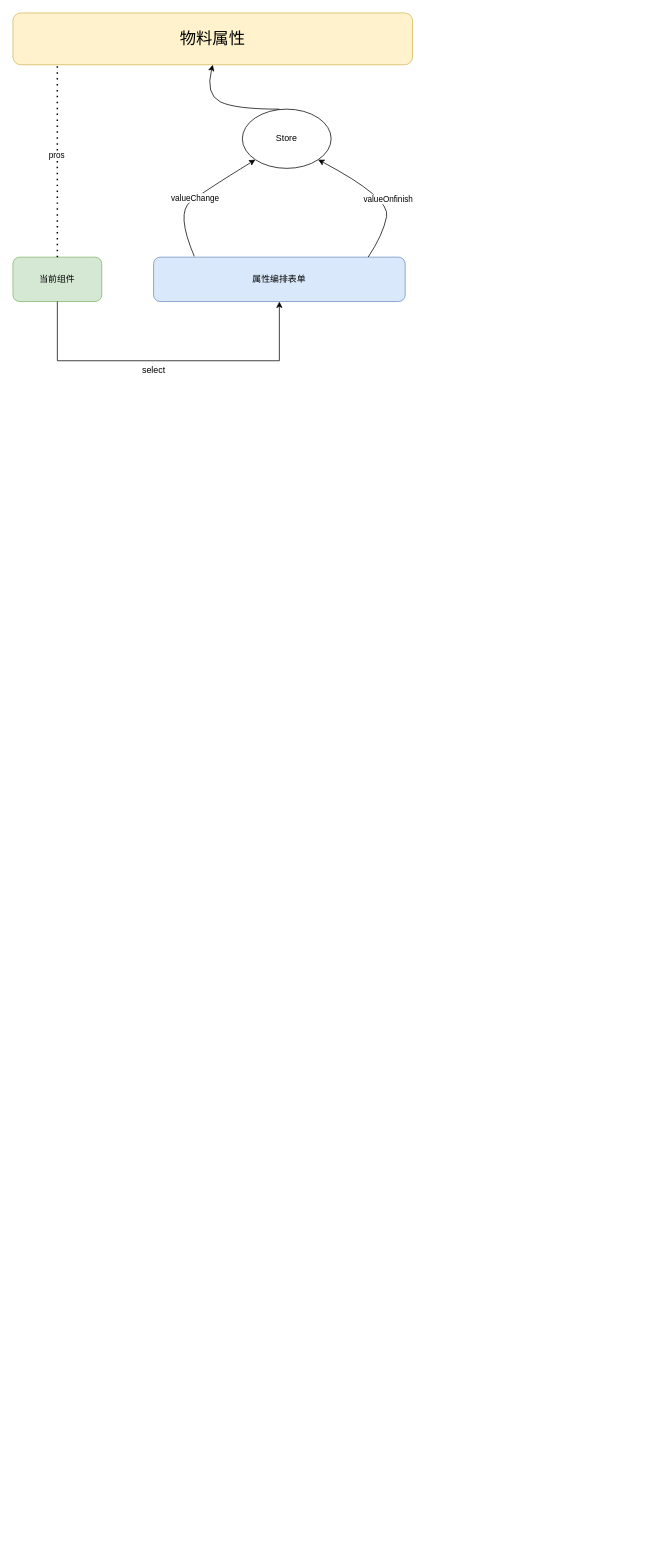
Before: 属性面板的解析.drawio in yuxinyu12345/diagrams, a draw.io diagram. Source tidied: cells renumbered, new cells numbered last; positions are measured from the earlier drawing's top-left corner, leaving out a move shared by most shapes. Both pictures are drawn from the tidied source at 74%, with x=0, y=0 at pixel (13, 13).
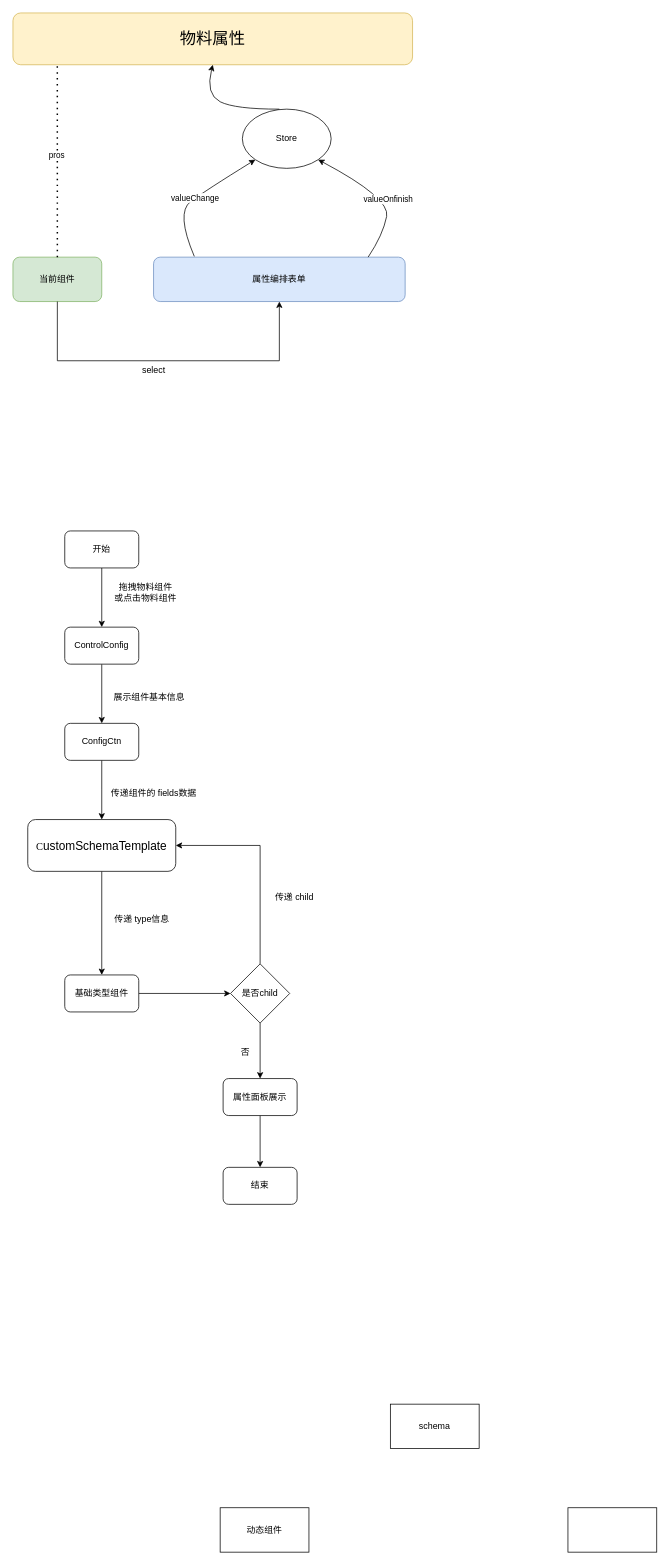
The same diagram, later.

Commit message:
更新属性面板的解析.drawio

What changed in the source:
```diff
@@
+    <mxCell id="14" style="edgeStyle=orthogonalEdgeStyle;rounded=0;jettySize=auto;html=1;" parent="1" edge="1" source="15" target="17">
+      <mxGeometry relative="1" as="geometry" />
+    </mxCell>
+    <mxCell id="15" value="开始" style="rounded=1;whiteSpace=wrap;html=1;" parent="1" vertex="1">
+      <mxGeometry x="70" y="700" width="100" height="50" as="geometry" />
+    </mxCell>
+    <mxCell id="16" style="edgeStyle=orthogonalEdgeStyle;rounded=0;jettySize=auto;html=1;" parent="1" edge="1" source="17" target="19">
+      <mxGeometry relative="1" as="geometry" />
+    </mxCell>
+    <mxCell id="17" value="ControlConfig" style="rounded=1;whiteSpace=wrap;html=1;" parent="1" vertex="1">
+      <mxGeometry x="70" y="830" width="100" height="50" as="geometry" />
+    </mxCell>
+    <mxCell id="18" style="edgeStyle=orthogonalEdgeStyle;rounded=0;jettySize=auto;html=1;" parent="1" edge="1" source="19">
+      <mxGeometry relative="1" as="geometry">
+        <mxPoint x="120" y="1090" as="targetPoint" />
+      </mxGeometry>
+    </mxCell>
+    <mxCell id="19" value="ConfigCtn" style="rounded=1;whiteSpace=wrap;html=1;" parent="1" vertex="1">
+      <mxGeometry x="70" y="960" width="100" height="50" as="geometry" />
+    </mxCell>
+    <mxCell id="20" style="edgeStyle=orthogonalEdgeStyle;rounded=0;jettySize=auto;html=1;" parent="1" edge="1" source="21" target="23">
+      <mxGeometry relative="1" as="geometry" />
+    </mxCell>
+    <mxCell id="21" value="&lt;p style=&quot;margin: 0pt 0pt 0.0001pt; text-align: justify; font-family: &amp;quot;Times New Roman&amp;quot;; font-size: 10.5pt;&quot; class=&quot;MsoNormal&quot;&gt;C&lt;span style=&quot;font-family: 宋体; font-size: 12pt;&quot;&gt;ustom&lt;/span&gt;&lt;span style=&quot;font-family: 宋体; font-size: 12pt;&quot;&gt;S&lt;/span&gt;&lt;span style=&quot;font-family: 宋体; font-size: 12pt;&quot;&gt;chema&lt;/span&gt;&lt;span style=&quot;font-family: 宋体; font-size: 12pt;&quot;&gt;T&lt;/span&gt;&lt;span style=&quot;font-family: 宋体; font-size: 12pt;&quot;&gt;emplate&lt;/span&gt;&lt;/p&gt;" style="rounded=1;whiteSpace=wrap;html=1;" parent="1" vertex="1">
+      <mxGeometry x="20" y="1090" width="200" height="70" as="geometry" />
+    </mxCell>
+    <mxCell id="22" style="edgeStyle=orthogonalEdgeStyle;rounded=0;jettySize=auto;html=1;" parent="1" edge="1" source="23" target="36">
+      <mxGeometry relative="1" as="geometry" />
+    </mxCell>
+    <mxCell id="23" value="基础类型组件" style="rounded=1;whiteSpace=wrap;html=1;" parent="1" vertex="1">
+      <mxGeometry x="70" y="1300" width="100" height="50" as="geometry" />
+    </mxCell>
+    <mxCell id="24" style="edgeStyle=orthogonalEdgeStyle;rounded=0;jettySize=auto;html=1;" parent="1" edge="1" source="25" target="26">
+      <mxGeometry relative="1" as="geometry" />
+    </mxCell>
+    <mxCell id="25" value="属性面板展示" style="rounded=1;whiteSpace=wrap;html=1;" parent="1" vertex="1">
+      <mxGeometry x="284" y="1440" width="100" height="50" as="geometry" />
+    </mxCell>
+    <mxCell id="26" value="结束" style="rounded=1;whiteSpace=wrap;html=1;" parent="1" vertex="1">
+      <mxGeometry x="284" y="1560" width="100" height="50" as="geometry" />
+    </mxCell>
+    <mxCell id="27" value="schema" style="rounded=0;whiteSpace=wrap;html=1;" parent="1" vertex="1">
+      <mxGeometry x="510" y="1880" width="120" height="60" as="geometry" />
+    </mxCell>
+    <mxCell id="28" value="动态组件" style="rounded=0;whiteSpace=wrap;html=1;" parent="1" vertex="1">
+      <mxGeometry x="280" y="2020" width="120" height="60" as="geometry" />
+    </mxCell>
+    <mxCell id="29" style="rounded=0;whiteSpace=wrap;html=1;" parent="1" vertex="1">
+      <mxGeometry x="750" y="2020" width="120" height="60" as="geometry" />
+    </mxCell>
+    <mxCell id="30" value="拖拽物料组件&lt;br&gt;或点击物料组件" style="text;html=1;align=center;verticalAlign=middle;strokeColor=none;fillColor=none;" parent="1" vertex="1">
+      <mxGeometry x="124" y="763" width="110" height="40" as="geometry" />
+    </mxCell>
+    <mxCell id="31" value="展示组件基本信息" style="text;html=1;align=center;verticalAlign=middle;strokeColor=none;fillColor=none;" parent="1" vertex="1">
+      <mxGeometry x="124" y="910" width="120" height="30" as="geometry" />
+    </mxCell>
+    <mxCell id="32" value="传递组件的 fields数据" style="text;html=1;align=center;verticalAlign=middle;strokeColor=none;fillColor=none;" parent="1" vertex="1">
+      <mxGeometry x="120" y="1040" width="140" height="30" as="geometry" />
+    </mxCell>
+    <mxCell id="33" value="传递 type信息" style="text;html=1;align=center;verticalAlign=middle;strokeColor=none;fillColor=none;" parent="1" vertex="1">
+      <mxGeometry x="124" y="1210" width="100" height="30" as="geometry" />
+    </mxCell>
+    <mxCell id="34" style="edgeStyle=orthogonalEdgeStyle;rounded=0;jettySize=auto;html=1;exitX=0.5;exitY=0;exitDx=0;exitDy=0;entryX=1;entryY=0.5;entryDx=0;entryDy=0;" parent="1" edge="1" source="36" target="21">
+      <mxGeometry relative="1" as="geometry" />
+    </mxCell>
+    <mxCell id="35" style="edgeStyle=orthogonalEdgeStyle;rounded=0;jettySize=auto;html=1;" parent="1" edge="1" source="36" target="25">
+      <mxGeometry relative="1" as="geometry" />
+    </mxCell>
+    <mxCell id="36" value="是否child" style="rhombus;whiteSpace=wrap;html=1;" parent="1" vertex="1">
+      <mxGeometry x="294" y="1285" width="80" height="80" as="geometry" />
+    </mxCell>
+    <mxCell id="37" value="否" style="text;html=1;align=center;verticalAlign=middle;strokeColor=none;fillColor=none;" parent="1" vertex="1">
+      <mxGeometry x="294" y="1390" width="40" height="30" as="geometry" />
+    </mxCell>
+    <mxCell id="38" value="传递 child" style="text;html=1;align=center;verticalAlign=middle;strokeColor=none;fillColor=none;" parent="1" vertex="1">
+      <mxGeometry x="340" y="1180" width="80" height="30" as="geometry" />
+    </mxCell>
```
